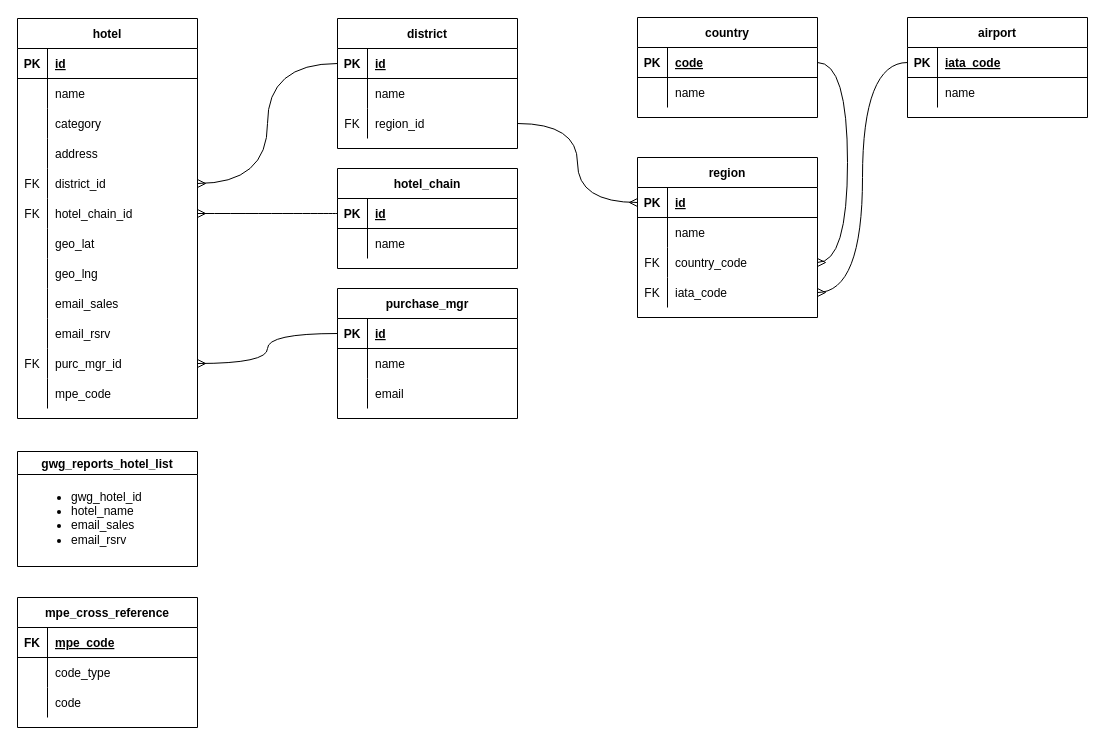
Before: hotels_master_list.drawio in justivan/drawio-diagrams, a draw.io diagram. Source tidied: cells renumbered, new cells numbered last; positions are measured from the earlier drawing's top-left corner, leaving out a move shared by most shapes. Both pictures are drawn from the tidied source at 100%, with x=0, y=0 at pixel (17, 17).
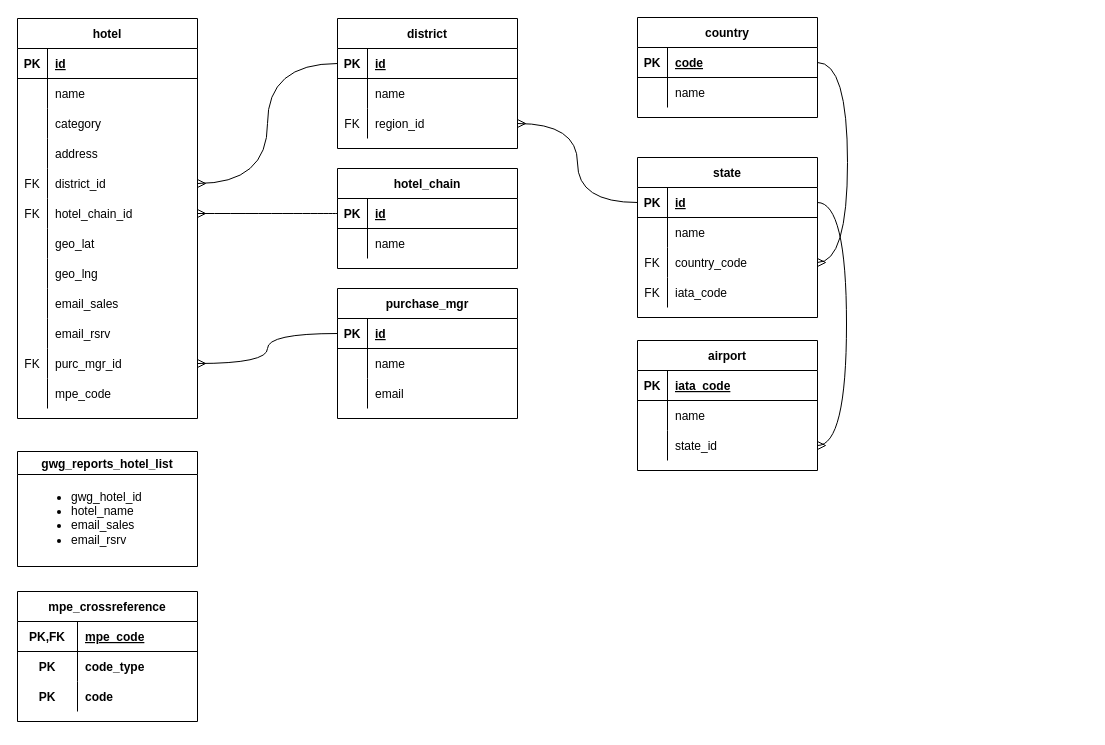
The same diagram, later.

Unchanged cells that the change refers to:
```xml
<mxCell id="72" style="shape=tableRow;horizontal=0;startSize=0;swimlaneHead=0;swimlaneBody=0;fillColor=none;points=[[0,0.5],[1,0.5]];portConstraint=eastwest;top=0;left=0;right=0;bottom=0;" parent="65" vertex="1">
  <mxGeometry y="90" width="180" height="30" as="geometry" />
</mxCell>
<mxCell id="77" style="shape=tableRow;horizontal=0;startSize=0;swimlaneHead=0;swimlaneBody=0;fillColor=none;points=[[0,0.5],[1,0.5]];portConstraint=eastwest;top=0;left=0;right=0;bottom=1;" parent="76" vertex="1">
  <mxGeometry y="30" width="180" height="30" as="geometry" />
</mxCell>
<mxCell id="86" style="shape=tableRow;horizontal=0;startSize=0;swimlaneHead=0;swimlaneBody=0;fillColor=none;points=[[0,0.5],[1,0.5]];portConstraint=eastwest;top=0;left=0;right=0;bottom=0;" parent="76" vertex="1">
  <mxGeometry y="120" width="180" height="30" as="geometry" />
</mxCell>
<mxCell id="92" style="shape=tableRow;horizontal=0;startSize=0;swimlaneHead=0;swimlaneBody=0;fillColor=none;points=[[0,0.5],[1,0.5]];portConstraint=eastwest;top=0;left=0;right=0;bottom=1;" parent="91" vertex="1">
  <mxGeometry y="30" width="180" height="30" as="geometry" />
</mxCell>
```

Diff of the diagram source:
```diff
@@
-    <mxCell id="76" value="region" style="shape=table;startSize=30;childLayout=tableLayout;rowLines=0;fontStyle=1;align=center;" parent="1" vertex="1">
+    <mxCell id="76" value="state" style="shape=table;startSize=30;childLayout=tableLayout;rowLines=0;fontStyle=1;align=center;" parent="1" vertex="1">
       <mxGeometry x="620" y="140" width="180" height="160" as="geometry" />
     </mxCell>
@@
     <mxCell id="91" value="airport" style="shape=table;startSize=30;childLayout=tableLayout;rowLines=0;fontStyle=1;align=center;" parent="1" vertex="1">
-      <mxGeometry x="890" width="180" height="100" as="geometry" />
+      <mxGeometry x="620" y="323" width="180" height="130" as="geometry" />
     </mxCell>
@@
+    <mxCell id="113" style="shape=tableRow;horizontal=0;startSize=0;swimlaneHead=0;swimlaneBody=0;fillColor=none;points=[[0,0.5],[1,0.5]];portConstraint=eastwest;top=0;left=0;right=0;bottom=0;" parent="91" vertex="1">
+      <mxGeometry y="90" width="180" height="30" as="geometry" />
+    </mxCell>
+    <mxCell id="114" style="shape=partialRectangle;fillColor=none;top=0;left=0;bottom=0;right=0;overflow=hidden;" parent="113" vertex="1">
+      <mxGeometry width="30" height="30" as="geometry" />
+    </mxCell>
+    <mxCell id="115" value="state_id" style="shape=partialRectangle;fillColor=none;top=0;left=0;bottom=0;right=0;align=left;spacingLeft=6;overflow=hidden;" parent="113" vertex="1">
+      <mxGeometry x="30" width="150" height="30" as="geometry" />
+    </mxCell>
@@
-    <mxCell id="99" value="mpe_cross_reference" style="shape=table;startSize=30;childLayout=tableLayout;rowLines=0;fontStyle=1;align=center;" parent="1" vertex="1">
-      <mxGeometry y="580" width="180" height="130" as="geometry" />
-    </mxCell>
+    <mxCell id="109" value="gwg_reports_hotel_list" style="swimlane;labelBackgroundColor=default;swimlaneFillColor=none;gradientColor=none;" parent="1" vertex="1">
+      <mxGeometry y="434" width="180" height="115" as="geometry" />
+    </mxCell>
+    <mxCell id="110" value="&lt;ul&gt;&lt;li&gt;gwg_hotel_id&lt;/li&gt;&lt;li&gt;hotel_name&lt;/li&gt;&lt;li&gt;email_sales&lt;/li&gt;&lt;li&gt;email_rsrv&lt;/li&gt;&lt;/ul&gt;" style="text;strokeColor=none;fillColor=none;html=1;whiteSpace=wrap;verticalAlign=middle;overflow=hidden;" parent="109" vertex="1">
+      <mxGeometry x="12" y="24" width="158" height="80" as="geometry" />
+    </mxCell>
+    <mxCell id="116" value="mpe_crossreference" style="shape=table;startSize=30;childLayout=tableLayout;rowLines=0;fontStyle=1;align=center;" parent="1" vertex="1">
+      <mxGeometry y="574" width="180" height="130" as="geometry" />
+    </mxCell>
-    <mxCell id="100" style="shape=tableRow;horizontal=0;startSize=0;swimlaneHead=0;swimlaneBody=0;fillColor=none;top=0;left=0;right=0;bottom=1;" parent="99" vertex="1">
+    <mxCell id="100" style="shape=tableRow;horizontal=0;startSize=0;swimlaneHead=0;swimlaneBody=0;fillColor=none;top=0;left=0;right=0;bottom=1;" parent="116" vertex="1">
       <mxGeometry y="30" width="180" height="30" as="geometry" />
     </mxCell>
-    <mxCell id="101" value="FK" style="shape=partialRectangle;fillColor=none;top=0;left=0;bottom=0;right=0;fontStyle=1;overflow=hidden;" parent="100" vertex="1">
-      <mxGeometry width="30" height="30" as="geometry" />
-    </mxCell>
+    <mxCell id="117" value="PK,FK" style="shape=partialRectangle;fillColor=none;top=0;left=0;bottom=0;right=0;fontStyle=1;overflow=hidden;" parent="100" vertex="1">
+      <mxGeometry width="60" height="30" as="geometry" />
+    </mxCell>
     <mxCell id="102" value="mpe_code" style="shape=partialRectangle;fillColor=none;top=0;left=0;bottom=0;right=0;align=left;spacingLeft=6;fontStyle=5;overflow=hidden;" parent="100" vertex="1">
-      <mxGeometry x="30" width="150" height="30" as="geometry" />
+      <mxGeometry x="60" width="120" height="30" as="geometry" />
     </mxCell>
-    <mxCell id="103" style="shape=tableRow;horizontal=0;startSize=0;swimlaneHead=0;swimlaneBody=0;fillColor=none;top=0;left=0;right=0;bottom=0;" parent="99" vertex="1">
+    <mxCell id="103" style="shape=tableRow;horizontal=0;startSize=0;swimlaneHead=0;swimlaneBody=0;fillColor=none;top=0;left=0;right=0;bottom=0;" parent="116" vertex="1">
       <mxGeometry y="60" width="180" height="30" as="geometry" />
     </mxCell>
-    <mxCell id="104" style="shape=partialRectangle;fillColor=none;top=0;left=0;bottom=0;right=0;overflow=hidden;" parent="103" vertex="1">
-      <mxGeometry width="30" height="30" as="geometry" />
-    </mxCell>
+    <mxCell id="118" value="PK" style="shape=partialRectangle;fillColor=none;top=0;left=0;bottom=0;right=0;overflow=hidden;fontStyle=1;" parent="103" vertex="1">
+      <mxGeometry width="60" height="30" as="geometry" />
+    </mxCell>
-    <mxCell id="105" value="code_type" style="shape=partialRectangle;fillColor=none;top=0;left=0;bottom=0;right=0;align=left;spacingLeft=6;overflow=hidden;" parent="103" vertex="1">
-      <mxGeometry x="30" width="150" height="30" as="geometry" />
+    <mxCell id="105" value="code_type" style="shape=partialRectangle;fillColor=none;top=0;left=0;bottom=0;right=0;align=left;spacingLeft=6;overflow=hidden;fontStyle=1;" parent="103" vertex="1">
+      <mxGeometry x="60" width="120" height="30" as="geometry" />
     </mxCell>
-    <mxCell id="106" style="shape=tableRow;horizontal=0;startSize=0;swimlaneHead=0;swimlaneBody=0;fillColor=none;top=0;left=0;right=0;bottom=0;" parent="99" vertex="1">
-      <mxGeometry y="90" width="180" height="30" as="geometry" />
-    </mxCell>
-    <mxCell id="107" style="shape=partialRectangle;fillColor=none;top=0;left=0;bottom=0;right=0;overflow=hidden;" parent="106" vertex="1">
-      <mxGeometry width="30" height="30" as="geometry" />
-    </mxCell>
+    <mxCell id="119" style="shape=tableRow;horizontal=0;startSize=0;swimlaneHead=0;swimlaneBody=0;fillColor=none;top=0;left=0;right=0;bottom=0;" parent="116" vertex="1">
+      <mxGeometry y="90" width="180" height="30" as="geometry" />
+    </mxCell>
+    <mxCell id="120" value="PK" style="shape=partialRectangle;fillColor=none;top=0;left=0;bottom=0;right=0;overflow=hidden;fontStyle=1;" parent="119" vertex="1">
+      <mxGeometry width="60" height="30" as="geometry" />
+    </mxCell>
-    <mxCell id="108" value="code" style="shape=partialRectangle;fillColor=none;top=0;left=0;bottom=0;right=0;align=left;spacingLeft=6;overflow=hidden;" parent="106" vertex="1">
-      <mxGeometry x="30" width="150" height="30" as="geometry" />
+    <mxCell id="108" value="code" style="shape=partialRectangle;fillColor=none;top=0;left=0;bottom=0;right=0;align=left;spacingLeft=6;overflow=hidden;fontStyle=1;" parent="119" vertex="1">
+      <mxGeometry x="60" width="120" height="30" as="geometry" />
     </mxCell>
-    <mxCell id="109" value="gwg_reports_hotel_list" style="swimlane;labelBackgroundColor=default;swimlaneFillColor=none;gradientColor=none;" parent="1" vertex="1">
-      <mxGeometry y="434" width="180" height="115" as="geometry" />
-    </mxCell>
-    <mxCell id="110" value="&lt;ul&gt;&lt;li&gt;gwg_hotel_id&lt;/li&gt;&lt;li&gt;hotel_name&lt;/li&gt;&lt;li&gt;email_sales&lt;/li&gt;&lt;li&gt;email_rsrv&lt;/li&gt;&lt;/ul&gt;" style="text;strokeColor=none;fillColor=none;html=1;whiteSpace=wrap;verticalAlign=middle;overflow=hidden;" parent="109" vertex="1">
-      <mxGeometry x="12" y="24" width="158" height="80" as="geometry" />
-    </mxCell>
-    <mxCell id="111" style="edgeStyle=orthogonalEdgeStyle;curved=1;rounded=0;jettySize=auto;html=1;entryX=1;entryY=0.5;entryDx=0;entryDy=0;endArrow=ERmany;endFill=0;" parent="1" edge="1" source="92" target="86">
-      <mxGeometry relative="1" as="geometry" />
-    </mxCell>
-    <mxCell id="112" style="edgeStyle=orthogonalEdgeStyle;curved=1;rounded=0;jettySize=auto;html=1;entryX=0;entryY=0.5;entryDx=0;entryDy=0;endArrow=ERmany;endFill=0;" parent="1" edge="1" source="72" target="77">
-      <mxGeometry relative="1" as="geometry" />
-    </mxCell>
+    <mxCell id="121" style="edgeStyle=orthogonalEdgeStyle;rounded=0;jettySize=auto;html=1;exitX=1;exitY=0.5;exitDx=0;exitDy=0;curved=1;endArrow=ERmany;endFill=0;" parent="1" edge="1" source="77" target="113">
+      <mxGeometry relative="1" as="geometry">
+        <Array as="points">
+          <mxPoint x="829" y="185" />
+          <mxPoint x="829" y="428" />
+        </Array>
+      </mxGeometry>
+    </mxCell>
+    <mxCell id="122" style="edgeStyle=orthogonalEdgeStyle;curved=1;rounded=0;jettySize=auto;html=1;endArrow=ERmany;endFill=0;" parent="1" edge="1" source="77" target="72">
+      <mxGeometry relative="1" as="geometry" />
+    </mxCell>
```
